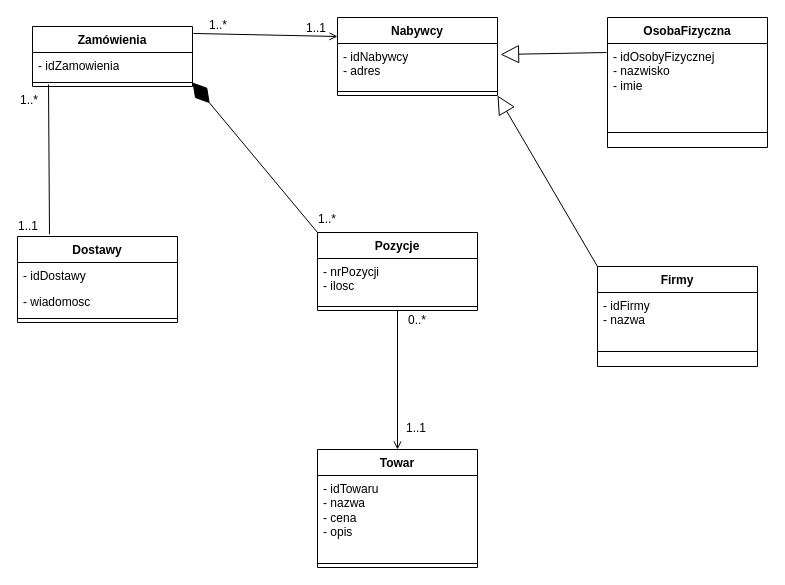
The draw.io diagram 5/DK_koncept.drawio in Tarik-Alaiwi-dev/PSI-Docs, before the edit. Source tidied: cells renumbered, new cells numbered last; positions are measured from the earlier drawing's top-left corner, leaving out a move shared by most shapes. Both pictures are drawn from the tidied source at 100%, with x=0, y=0 at pixel (17, 17).
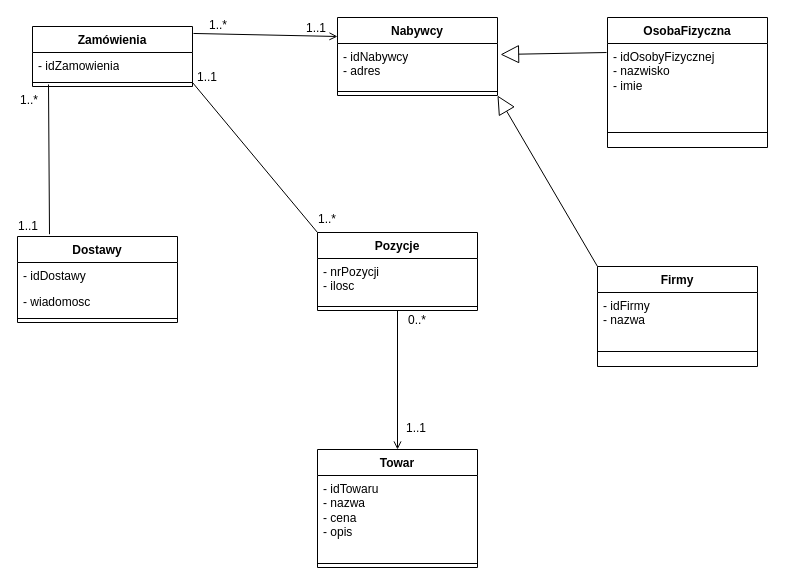
Above is the later version.

The change refers to these unchanged cells:
```xml
<mxCell id="3" value="- idZamowienia" style="text;strokeColor=none;fillColor=none;align=left;verticalAlign=top;spacingLeft=4;spacingRight=4;overflow=hidden;points=[[0,0.5],[1,0.5]];portConstraint=eastwest;whiteSpace=wrap;html=1;" parent="2" vertex="1">
  <mxGeometry y="26" width="160" height="26" as="geometry" />
</mxCell>
<mxCell id="18" value="Pozycje" style="swimlane;fontStyle=1;align=center;verticalAlign=top;horizontal=1;startSize=26;whiteSpace=wrap;html=1;" parent="1" vertex="1">
  <mxGeometry x="300" y="215" width="160" height="78" as="geometry" />
</mxCell>
```

What changed in the source:
```diff
@@
-    <mxCell id="35" style="endArrow=diamondThin;endFill=1;endSize=24;html=1;rounded=0;exitX=0;exitY=0;exitDx=0;exitDy=0;entryX=1;entryY=1.154;entryDx=0;entryDy=0;entryPerimeter=0;" parent="1" edge="1" source="18" target="3">
+    <mxCell id="35" style="endArrow=none;endFill=0;endSize=24;html=1;rounded=0;exitX=0;exitY=0;exitDx=0;exitDy=0;entryX=1;entryY=1.154;entryDx=0;entryDy=0;entryPerimeter=0;" parent="1" edge="1" source="18" target="3">
       <mxGeometry relative="1" as="geometry" />
     </mxCell>
@@
+    <mxCell id="37" value="1..1" style="html=1;whiteSpace=wrap;align=right;verticalAlign=bottom;" parent="1" vertex="1">
+      <mxGeometry x="330" y="220" as="geometry">
+        <mxPoint x="-129" y="-152" as="offset" />
+      </mxGeometry>
+    </mxCell>
```
